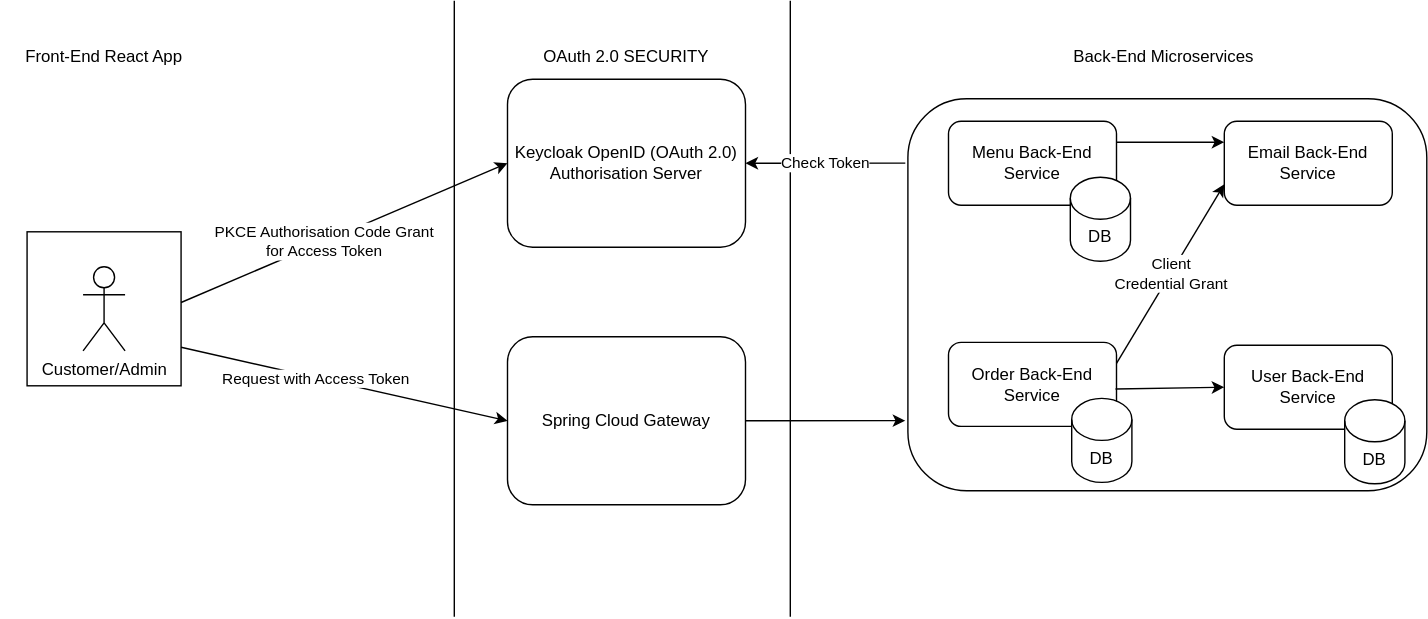
gauravuq/Food-App-Back-End keeps this draw.io diagram as Food App Back-End Domain.svg. Above is the earlier version. Source tidied: cells renumbered, new cells last; positions are measured from the earlier drawing's top-left corner, leaving out a move shared by most shapes.
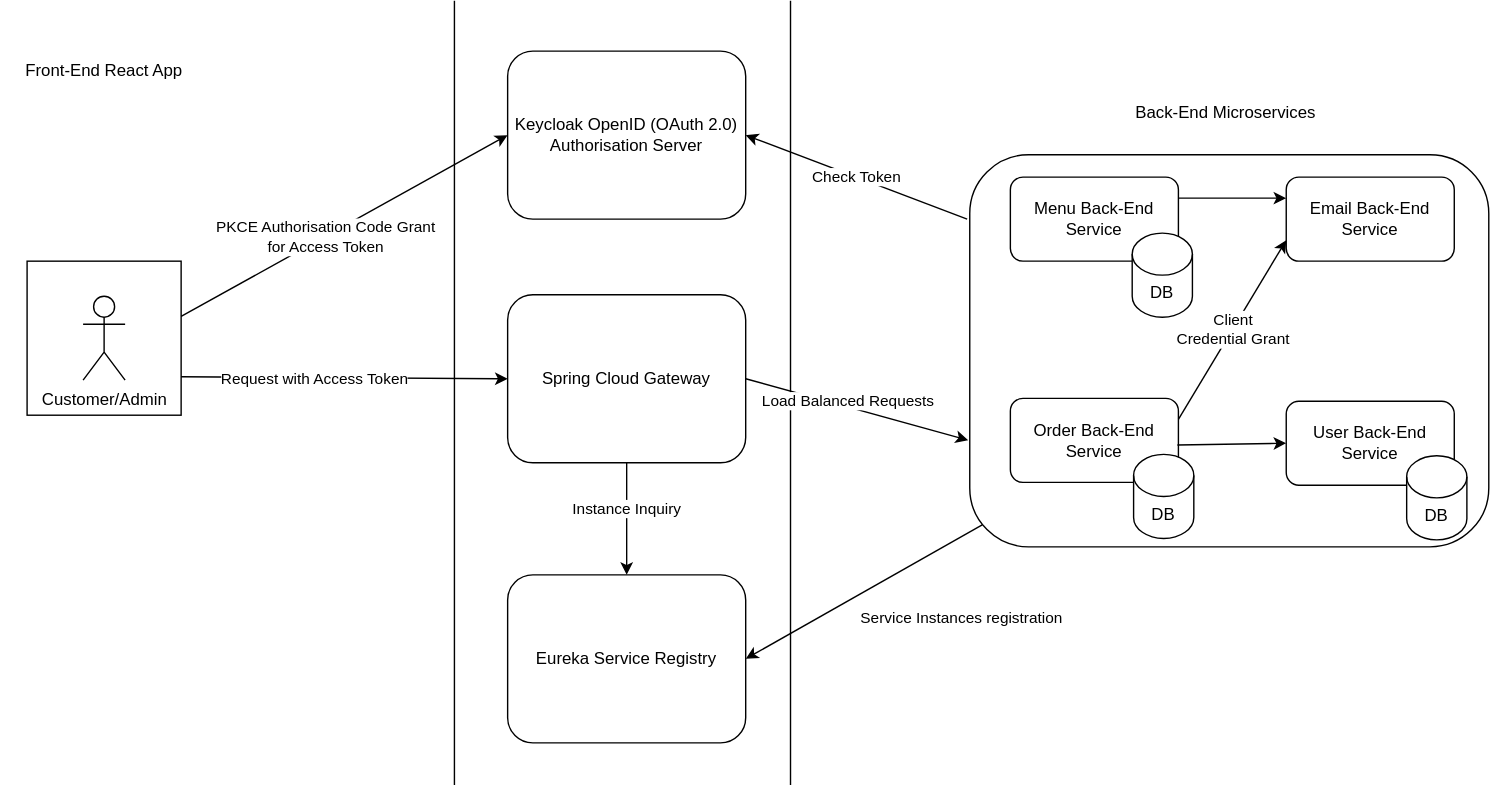
Later version of the same file.

Diff of the diagram source:
```diff
@@ -16,12 +16,12 @@
     </mxCell>
     <mxCell id="6" style="endArrow=none;html=1;" parent="1" edge="1">
       <mxGeometry relative="1" as="geometry">
-        <mxPoint x="324" y="440" as="sourcePoint" />
-        <mxPoint x="324" as="targetPoint" />
+        <mxPoint x="280" y="520" as="sourcePoint" />
+        <mxPoint x="280" y="-40" as="targetPoint" />
       </mxGeometry>
     </mxCell>
     <mxCell id="7" style="whiteSpace=wrap;html=1;" parent="1" vertex="1">
-      <mxGeometry x="18.8" y="165" width="110" height="110" as="geometry" />
+      <mxGeometry x="-25.2" y="146" width="110" height="110" as="geometry" />
     </mxCell>
     <mxCell id="8" value="Client &lt;br&gt;Credential Grant" style="endArrow=classic;html=1;exitX=1;exitY=0.25;exitDx=0;exitDy=0;entryX=0;entryY=0.75;entryDx=0;entryDy=0;" parent="1" edge="1" source="4" target="5">
       <mxGeometry relative="1" as="geometry" />
@@ -33,18 +33,18 @@
       <mxGeometry x="757.5" y="30" width="147.7" height="20" as="geometry" />
     </mxCell>
     <mxCell id="11" value="Front-End React App" style="text;html=1;strokeColor=none;fillColor=none;align=center;verticalAlign=middle;whiteSpace=wrap;rounded=0;" parent="1" vertex="1">
-      <mxGeometry y="30" width="147.7" height="20" as="geometry" />
+      <mxGeometry x="-44" width="147.7" height="20" as="geometry" />
     </mxCell>
     <mxCell id="12" style="endArrow=classic;html=1;entryX=0;entryY=0.5;entryDx=0;entryDy=0;" parent="1" edge="1" target="21">
       <mxGeometry relative="1" as="geometry">
-        <mxPoint x="128.8" y="215.5" as="sourcePoint" />
+        <mxPoint x="84.8" y="185.5" as="sourcePoint" />
       </mxGeometry>
     </mxCell>
     <mxCell id="13" value="PKCE Authorisation Code Grant&lt;br&gt;for Access Token" style="edgeLabel;html=1;align=center;verticalAlign=middle;" parent="12" vertex="1">
       <mxGeometry x="-0.12" relative="1" as="geometry" />
     </mxCell>
     <mxCell id="14" value="Customer/Admin" style="shape=umlActor;verticalLabelPosition=bottom;verticalAlign=top;html=1;" parent="1" vertex="1">
-      <mxGeometry x="58.8" y="190" width="30" height="60" as="geometry" />
+      <mxGeometry x="14.8" y="171" width="30" height="60" as="geometry" />
     </mxCell>
     <mxCell id="15" value="DB" style="shape=cylinder3;whiteSpace=wrap;html=1;boundedLbl=1;backgroundOutline=1;size=15;" parent="1" vertex="1">
       <mxGeometry x="764" y="126" width="43" height="60" as="geometry" />
@@ -63,21 +63,23 @@
     </mxCell>
     <mxCell id="20" style="endArrow=none;html=1;" parent="1" edge="1">
       <mxGeometry relative="1" as="geometry">
-        <mxPoint x="564" y="440" as="sourcePoint" />
-        <mxPoint x="564" as="targetPoint" />
+        <mxPoint x="520" y="520" as="sourcePoint" />
+        <mxPoint x="520" y="-40" as="targetPoint" />
       </mxGeometry>
     </mxCell>
     <mxCell id="21" value="Keycloak OpenID (OAuth 2.0)&lt;br&gt;Authorisation Server" style="rounded=1;whiteSpace=wrap;html=1;" parent="1" vertex="1">
-      <mxGeometry x="362" y="56" width="170" height="120" as="geometry" />
+      <mxGeometry x="318" y="-4" width="170" height="120" as="geometry" />
     </mxCell>
-    <mxCell id="22" style="endArrow=classic;html=1;exitX=1;exitY=0.5;exitDx=0;exitDy=0;entryX=-0.005;entryY=0.821;entryDx=0;entryDy=0;entryPerimeter=0;" parent="1" edge="1" source="24" target="2">
+    <mxCell id="22" style="endArrow=classic;html=1;exitX=1;exitY=0.5;exitDx=0;exitDy=0;entryX=-0.003;entryY=0.728;entryDx=0;entryDy=0;entryPerimeter=0;" parent="1" edge="1" source="24" target="2">
       <mxGeometry relative="1" as="geometry" />
     </mxCell>
-    <mxCell id="23" value="OAuth 2.0 SECURITY" style="text;html=1;strokeColor=none;fillColor=none;align=center;verticalAlign=middle;whiteSpace=wrap;rounded=0;" parent="1" vertex="1">
-      <mxGeometry x="373.2" y="30" width="147.7" height="20" as="geometry" />
-    </mxCell>
+    <mxCell id="28" value="Load Balanced Requests" style="edgeLabel;html=1;align=center;verticalAlign=middle;" parent="22" vertex="1">
+      <mxGeometry x="-0.3" relative="1" as="geometry">
+        <mxPoint x="16.8" y="0.1" as="offset" />
+      </mxGeometry>
+    </mxCell>
     <mxCell id="24" value="Spring Cloud Gateway" style="rounded=1;whiteSpace=wrap;html=1;" parent="1" vertex="1">
-      <mxGeometry x="362" y="240" width="170" height="120" as="geometry" />
+      <mxGeometry x="318" y="170" width="170" height="120" as="geometry" />
     </mxCell>
     <mxCell id="25" style="endArrow=classic;html=1;exitX=1;exitY=0.75;exitDx=0;exitDy=0;entryX=0;entryY=0.5;entryDx=0;entryDy=0;" parent="1" edge="1" source="7" target="24">
       <mxGeometry relative="1" as="geometry" />
@@ -88,5 +90,17 @@
     <mxCell id="27" value="Check Token" style="endArrow=classic;html=1;exitX=-0.005;exitY=0.164;exitDx=0;exitDy=0;entryX=1;entryY=0.5;entryDx=0;entryDy=0;exitPerimeter=0;" parent="1" edge="1" source="2" target="21">
       <mxGeometry relative="1" as="geometry" />
     </mxCell>
+    <mxCell id="29" value="Eureka Service Registry" style="rounded=1;whiteSpace=wrap;html=1;" parent="1" vertex="1">
+      <mxGeometry x="318" y="370" width="170" height="120" as="geometry" />
+    </mxCell>
+    <mxCell id="30" style="endArrow=classic;html=1;exitX=0.5;exitY=1;exitDx=0;exitDy=0;entryX=0.5;entryY=0;entryDx=0;entryDy=0;" parent="1" edge="1" source="24" target="29">
+      <mxGeometry relative="1" as="geometry" />
+    </mxCell>
+    <mxCell id="31" value="Instance Inquiry" style="edgeLabel;html=1;align=center;verticalAlign=middle;" parent="30" vertex="1">
+      <mxGeometry x="-0.19" y="-1" relative="1" as="geometry" />
+    </mxCell>
+    <mxCell id="32" value="Service Instances registration" style="endArrow=classic;html=1;exitX=0.024;exitY=0.944;exitDx=0;exitDy=0;entryX=1;entryY=0.5;entryDx=0;entryDy=0;exitPerimeter=0;" parent="1" edge="1" source="2" target="29">
+      <mxGeometry x="-0.53" y="51" relative="1" as="geometry" />
+    </mxCell>
   </root>
 </mxGraphModel>
```
